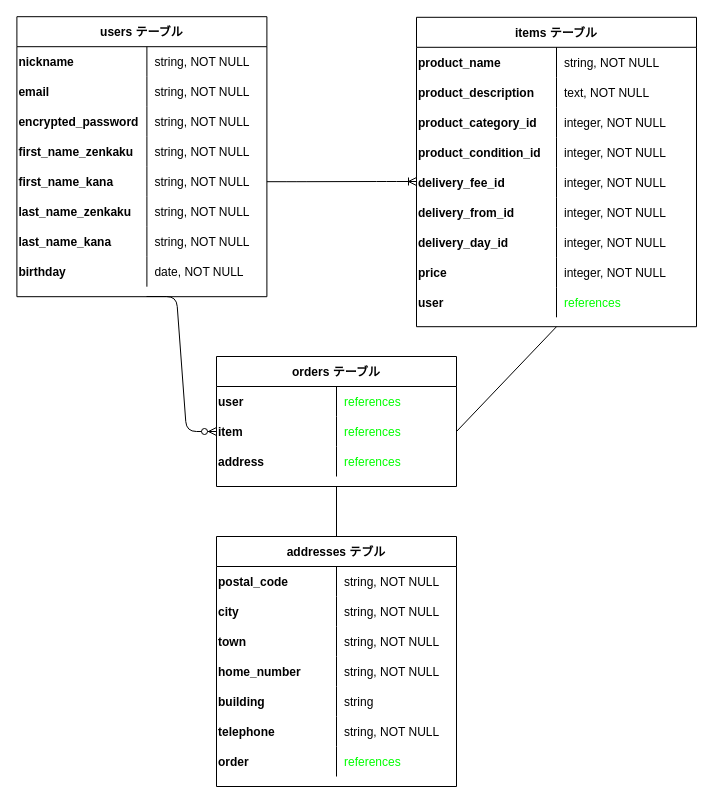
Earlier version of the draw.io diagram test.dio (taihei0120/furima-36752). Source tidied: cells renumbered, new cells numbered last; positions are measured from the earlier drawing's top-left corner, leaving out a move shared by most shapes. Both pictures are drawn from the tidied source at 100%, with x=0, y=0 at pixel (16, 16).
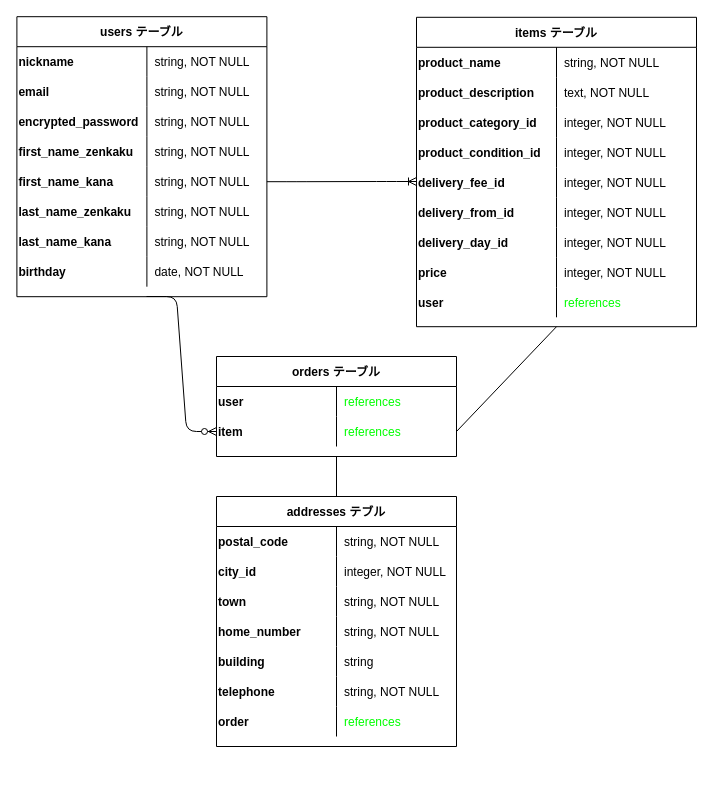
After the change.

Commit message (it also covers changes not shown here):
ER図、README作成v4

Unchanged cells that the change refers to:
```xml
<mxCell id="59" style="shape=partialRectangle;fillColor=none;top=0;left=0;bottom=0;right=0;fontStyle=1;" parent="55" vertex="1">
  <mxGeometry y="60" width="240" height="30" as="geometry" />
</mxCell>
```

The edit, as a diff of the source:
```diff
@@
     <mxCell id="55" value="addresses テブル" style="shape=table;startSize=30;childLayout=tableLayout;rowLines=0;fontStyle=1;align=center;" parent="1" vertex="1">
-      <mxGeometry x="200" y="520" width="240" height="250" as="geometry" />
+      <mxGeometry x="200" y="480" width="240" height="250" as="geometry" />
     </mxCell>
@@
-    <mxCell id="60" value="city" style="shape=partialRectangle;fillColor=none;top=0;left=0;bottom=0;right=0;overflow=hidden;align=left;fontStyle=1;" parent="59" vertex="1">
+    <mxCell id="60" value="city_id" style="shape=partialRectangle;fillColor=none;top=0;left=0;bottom=0;right=0;overflow=hidden;align=left;fontStyle=1;" parent="59" vertex="1">
       <mxGeometry width="120" height="30" as="geometry" />
     </mxCell>
-    <mxCell id="61" value="string, NOT NULL" style="shape=partialRectangle;fillColor=none;top=0;left=0;bottom=0;right=0;align=left;spacingLeft=6;overflow=hidden;" parent="59" vertex="1">
+    <mxCell id="61" value="integer, NOT NULL" style="shape=partialRectangle;fillColor=none;top=0;left=0;bottom=0;right=0;align=left;spacingLeft=6;overflow=hidden;" parent="59" vertex="1">
       <mxGeometry x="120" width="120" height="30" as="geometry" />
     </mxCell>
@@
     <mxCell id="79" value="orders テーブル" style="shape=table;startSize=30;childLayout=tableLayout;rowLines=0;fontStyle=1;align=center;" parent="1" vertex="1">
-      <mxGeometry x="200" y="340" width="240" height="130" as="geometry" />
+      <mxGeometry x="200" y="340" width="240" height="100" as="geometry" />
     </mxCell>
@@
-    <mxCell id="86" style="shape=partialRectangle;fillColor=none;top=0;left=0;bottom=0;right=0;" parent="79" vertex="1">
-      <mxGeometry y="90" width="240" height="30" as="geometry" />
-    </mxCell>
-    <mxCell id="87" value="address" style="shape=partialRectangle;fillColor=none;top=0;left=0;bottom=0;right=0;overflow=hidden;align=left;fontStyle=1;" parent="86" vertex="1">
-      <mxGeometry width="120" height="30" as="geometry" />
-    </mxCell>
-    <mxCell id="88" value="references" style="shape=partialRectangle;fillColor=none;top=0;left=0;bottom=0;right=0;align=left;spacingLeft=6;overflow=hidden;fontColor=#00FF00;" parent="86" vertex="1">
-      <mxGeometry x="120" width="120" height="30" as="geometry" />
-    </mxCell>
```
